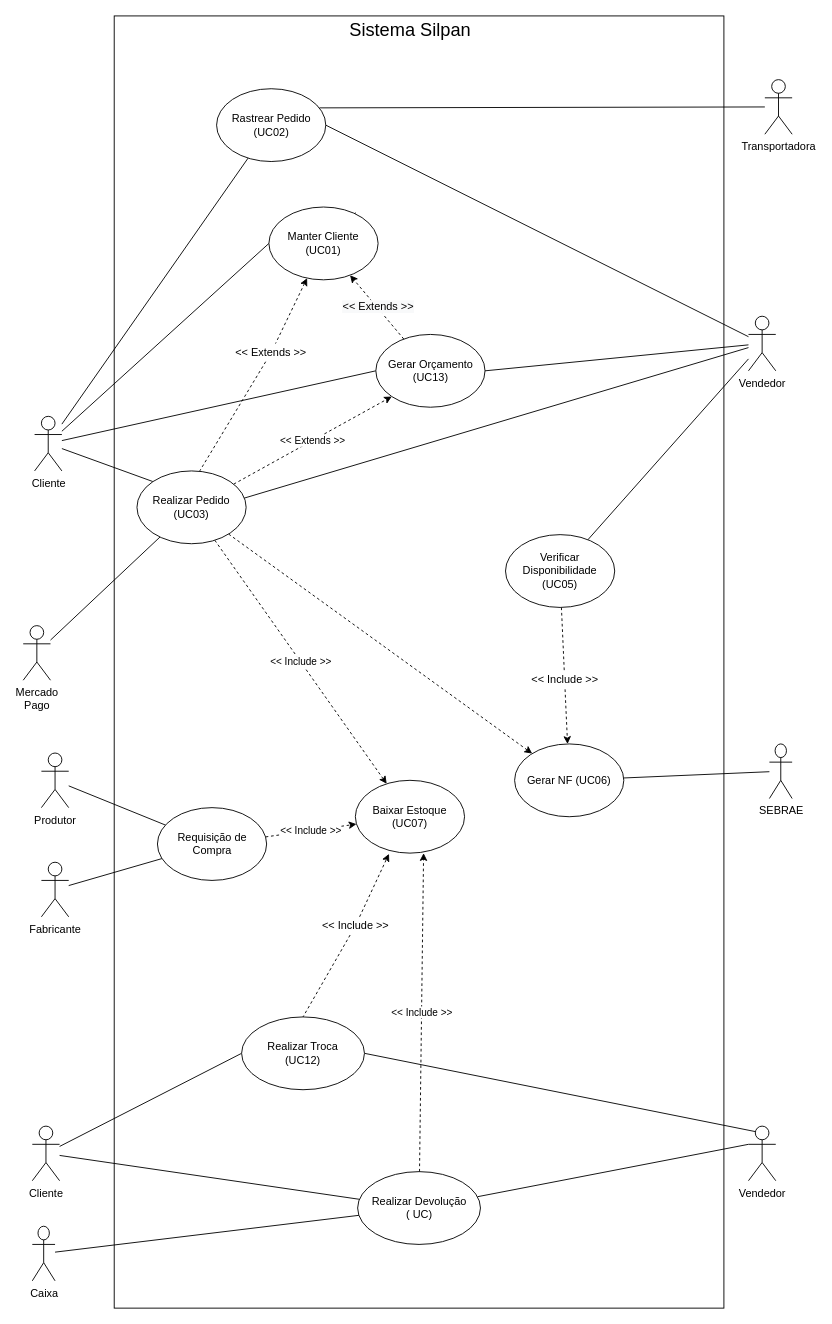
Before: Diagrama de UC.drawio in Systematicos/Silpan-AMS, a draw.io diagram. Source tidied: cells renumbered, new cells numbered last; positions are measured from the earlier drawing's top-left corner, leaving out a move shared by most shapes. Both pictures are drawn from the tidied source at 91%, with x=0, y=0 at pixel (23, 15).
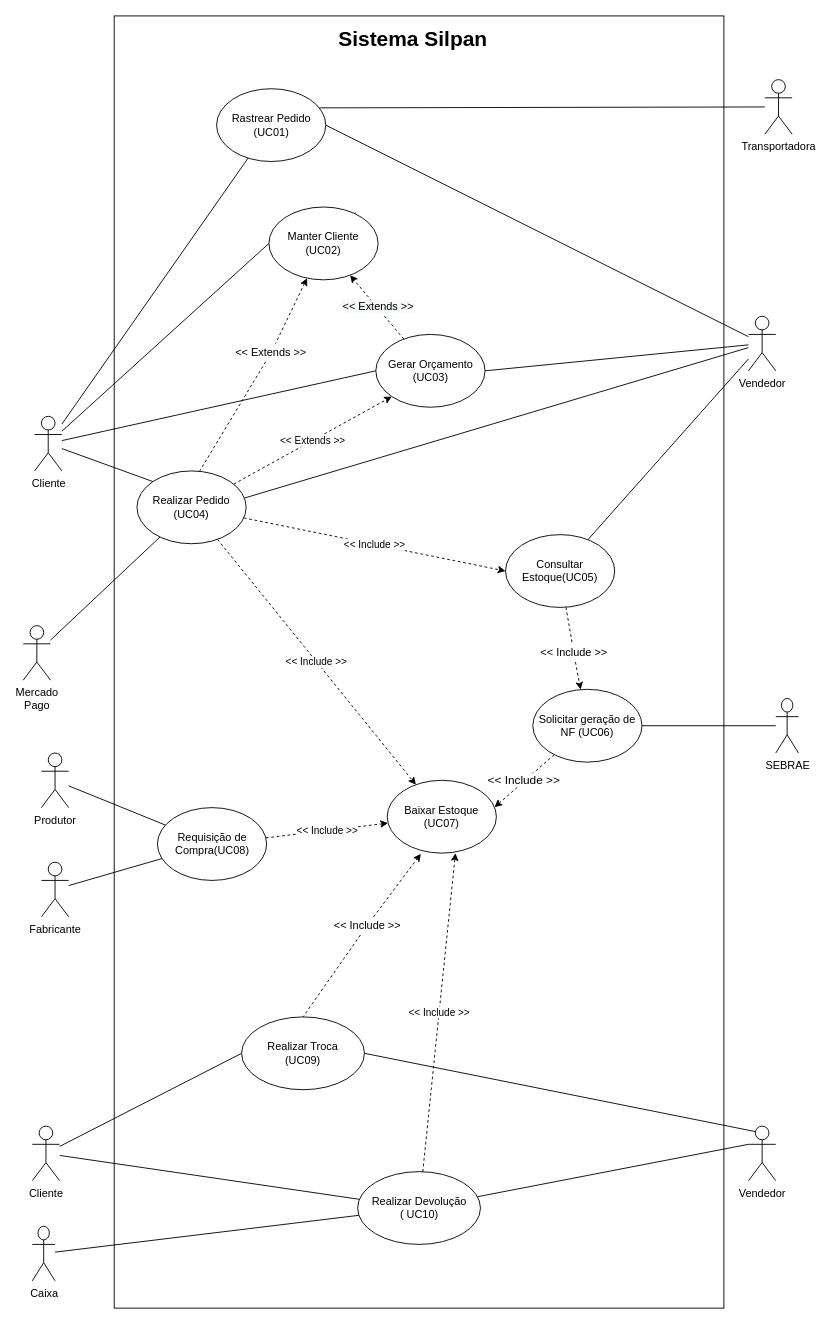
The same page after the edit.

Diff of the diagram source:
```diff
@@
-    <mxCell id="13" value="Manter Cliente (UC01)" style="ellipse;whiteSpace=wrap;html=1;" parent="1" vertex="1">
+    <mxCell id="13" value="Manter Cliente (UC02)" style="ellipse;whiteSpace=wrap;html=1;" parent="1" vertex="1">
       <mxGeometry x="270" y="210" width="120" height="80" as="geometry" />
     </mxCell>
@@
-    <mxCell id="16" style="edgeStyle=none;rounded=0;jettySize=auto;html=1;endArrow=classic;endFill=1;dashed=1;" parent="1" edge="1" source="17" target="23">
+    <mxCell id="16" value="&amp;lt;&amp;lt; Include &amp;gt;&amp;gt;" style="edgeStyle=none;rounded=0;jettySize=auto;html=1;endArrow=classic;endFill=1;dashed=1;entryX=0;entryY=0.5;entryDx=0;entryDy=0;" parent="1" edge="1" source="17" target="19">
       <mxGeometry relative="1" as="geometry" />
     </mxCell>
-    <mxCell id="17" value="Realizar Pedido (UC03)" style="ellipse;whiteSpace=wrap;html=1;" parent="1" vertex="1">
+    <mxCell id="17" value="Realizar Pedido (UC04)" style="ellipse;whiteSpace=wrap;html=1;" parent="1" vertex="1">
       <mxGeometry x="125" y="500" width="120" height="80" as="geometry" />
     </mxCell>
@@
-    <mxCell id="19" value="Verificar Disponibilidade (UC05)" style="ellipse;whiteSpace=wrap;html=1;" parent="1" vertex="1">
+    <mxCell id="19" value="Consultar Estoque(UC05)" style="ellipse;whiteSpace=wrap;html=1;fillColor=#FFFFFF;" parent="1" vertex="1">
       <mxGeometry x="530" y="570" width="120" height="80" as="geometry" />
     </mxCell>
     <mxCell id="20" value="Baixar Estoque (UC07)" style="ellipse;whiteSpace=wrap;html=1;" parent="1" vertex="1">
-      <mxGeometry x="365" y="840" width="120" height="80" as="geometry" />
+      <mxGeometry x="400" y="840" width="120" height="80" as="geometry" />
     </mxCell>
@@
+    <mxCell id="59" value="&amp;lt;&amp;lt; Include &amp;gt;&amp;gt;" style="edgeStyle=none;rounded=0;jettySize=auto;html=1;entryX=0.983;entryY=0.37;entryDx=0;entryDy=0;entryPerimeter=0;dashed=1;fontSize=13;" parent="1" edge="1" source="23" target="20">
+      <mxGeometry y="-1" relative="1" as="geometry" />
+    </mxCell>
-    <mxCell id="23" value="Gerar NF (UC06)" style="ellipse;whiteSpace=wrap;html=1;" parent="1" vertex="1">
-      <mxGeometry x="540" y="800" width="120" height="80" as="geometry" />
+    <mxCell id="23" value="Solicitar geração de NF (UC06)" style="ellipse;whiteSpace=wrap;html=1;" parent="1" vertex="1">
+      <mxGeometry x="560" y="740" width="120" height="80" as="geometry" />
     </mxCell>
@@
     <mxCell id="25" value="SEBRAE" style="shape=umlActor;verticalLabelPosition=bottom;verticalAlign=top;html=1;" parent="1" vertex="1">
-      <mxGeometry x="820" y="800" width="25" height="60" as="geometry" />
+      <mxGeometry x="827" y="750" width="25" height="60" as="geometry" />
     </mxCell>
@@
-    <mxCell id="27" value="Rastrear Pedido (UC02)" style="ellipse;whiteSpace=wrap;html=1;" parent="1" vertex="1">
+    <mxCell id="27" value="Rastrear Pedido (UC01)" style="ellipse;whiteSpace=wrap;html=1;" parent="1" vertex="1">
       <mxGeometry x="212.5" y="80" width="120" height="80" as="geometry" />
     </mxCell>
     <mxCell id="28" value="&amp;lt;&amp;lt; Include &amp;gt;&amp;gt;" style="text;html=1;align=center;verticalAlign=middle;points=[];rotation=0;" parent="1" vertex="1">
-      <mxGeometry x="550" y="720" width="90" height="20" as="geometry" />
+      <mxGeometry x="560" y="690" width="90" height="20" as="geometry" />
     </mxCell>
@@
-    <mxCell id="34" value="Realizar Devolução&lt;br&gt;( UC)" style="ellipse;whiteSpace=wrap;html=1;" parent="1" vertex="1">
+    <mxCell id="34" value="Realizar Devolução&lt;br&gt;( UC10)" style="ellipse;whiteSpace=wrap;html=1;" parent="1" vertex="1">
       <mxGeometry x="367.5" y="1270" width="135" height="80" as="geometry" />
     </mxCell>
@@
     <mxCell id="38" value="&amp;lt;&amp;lt; Include &amp;gt;&amp;gt;" style="text;html=1;align=center;verticalAlign=middle;points=[];rotation=0;" parent="1" vertex="1">
-      <mxGeometry x="320" y="990" width="90" height="20" as="geometry" />
+      <mxGeometry x="332.5" y="990" width="90" height="20" as="geometry" />
     </mxCell>
@@
-    <mxCell id="43" value="Sistema Silpan" style="text;html=1;align=center;verticalAlign=middle;fontSize=20;" parent="1" vertex="1">
-      <mxGeometry x="350" width="150" height="30" as="geometry" />
+    <mxCell id="43" value="Sistema Silpan" style="text;html=1;align=center;verticalAlign=middle;fontSize=23;fontStyle=1;" parent="1" vertex="1">
+      <mxGeometry x="337.5" y="10" width="180" height="30" as="geometry" />
     </mxCell>
@@
-    <mxCell id="47" value="Gerar Orçamento&lt;br&gt;(UC13)" style="ellipse;whiteSpace=wrap;html=1;" parent="1" vertex="1">
+    <mxCell id="47" value="Gerar Orçamento&lt;br&gt;(UC03)" style="ellipse;whiteSpace=wrap;html=1;" parent="1" vertex="1">
       <mxGeometry x="387.5" y="350" width="120" height="80" as="geometry" />
     </mxCell>
@@
-    <mxCell id="54" value="Requisição de Compra" style="ellipse;whiteSpace=wrap;html=1;" parent="1" vertex="1">
+    <mxCell id="54" value="Requisição de Compra(UC08)" style="ellipse;whiteSpace=wrap;html=1;" parent="1" vertex="1">
       <mxGeometry x="147.5" y="870" width="120" height="80" as="geometry" />
     </mxCell>
@@
-    <mxCell id="58" value="Realizar Troca&lt;br&gt;(UC12)" style="ellipse;whiteSpace=wrap;html=1;" parent="1" vertex="1">
+    <mxCell id="58" value="Realizar Troca&lt;br&gt;(UC09)" style="ellipse;whiteSpace=wrap;html=1;" parent="1" vertex="1">
       <mxGeometry x="240" y="1100" width="135" height="80" as="geometry" />
     </mxCell>
```
